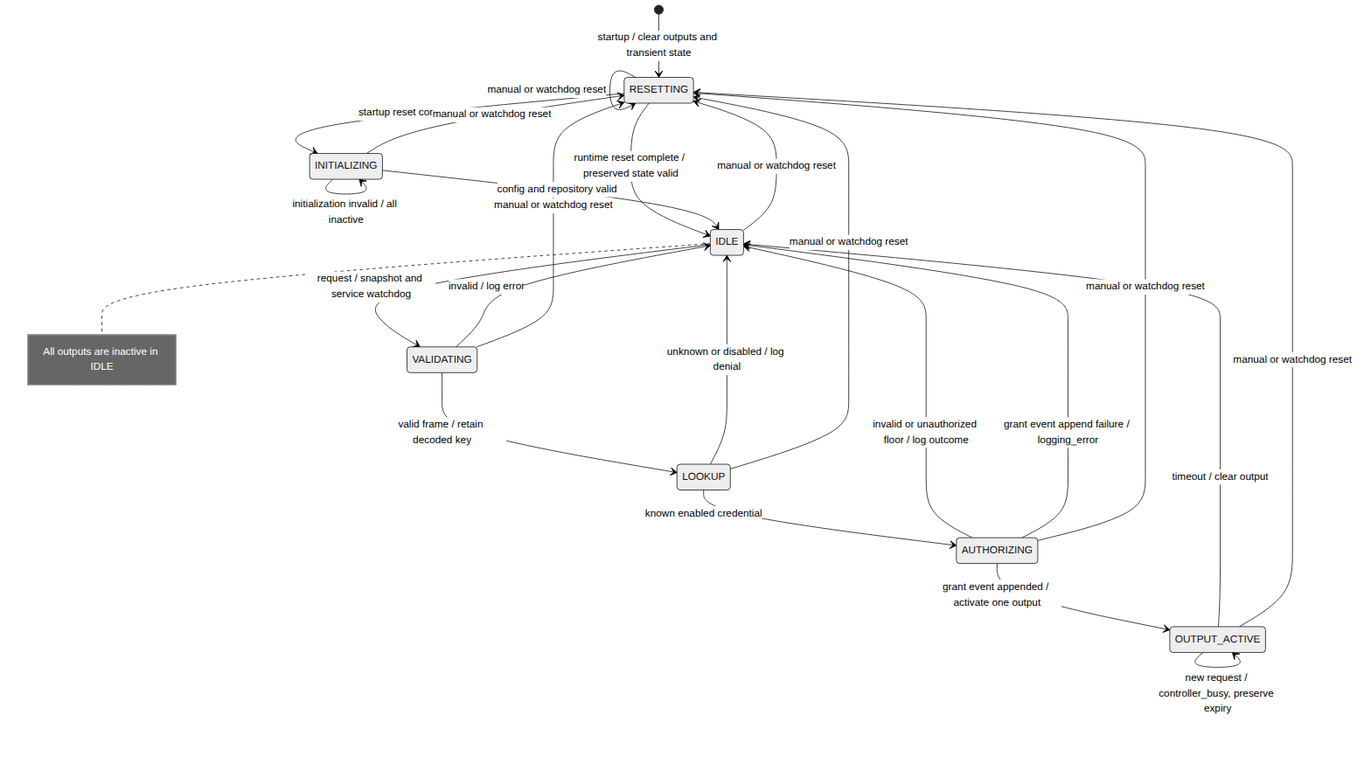
Earlier version of the Mermaid export docs/figures/controller_state_machine.png (BarShtainv/EEEProjectElevator). Its source is kept beside it as docs/figures/controller_state_machine.mmd.
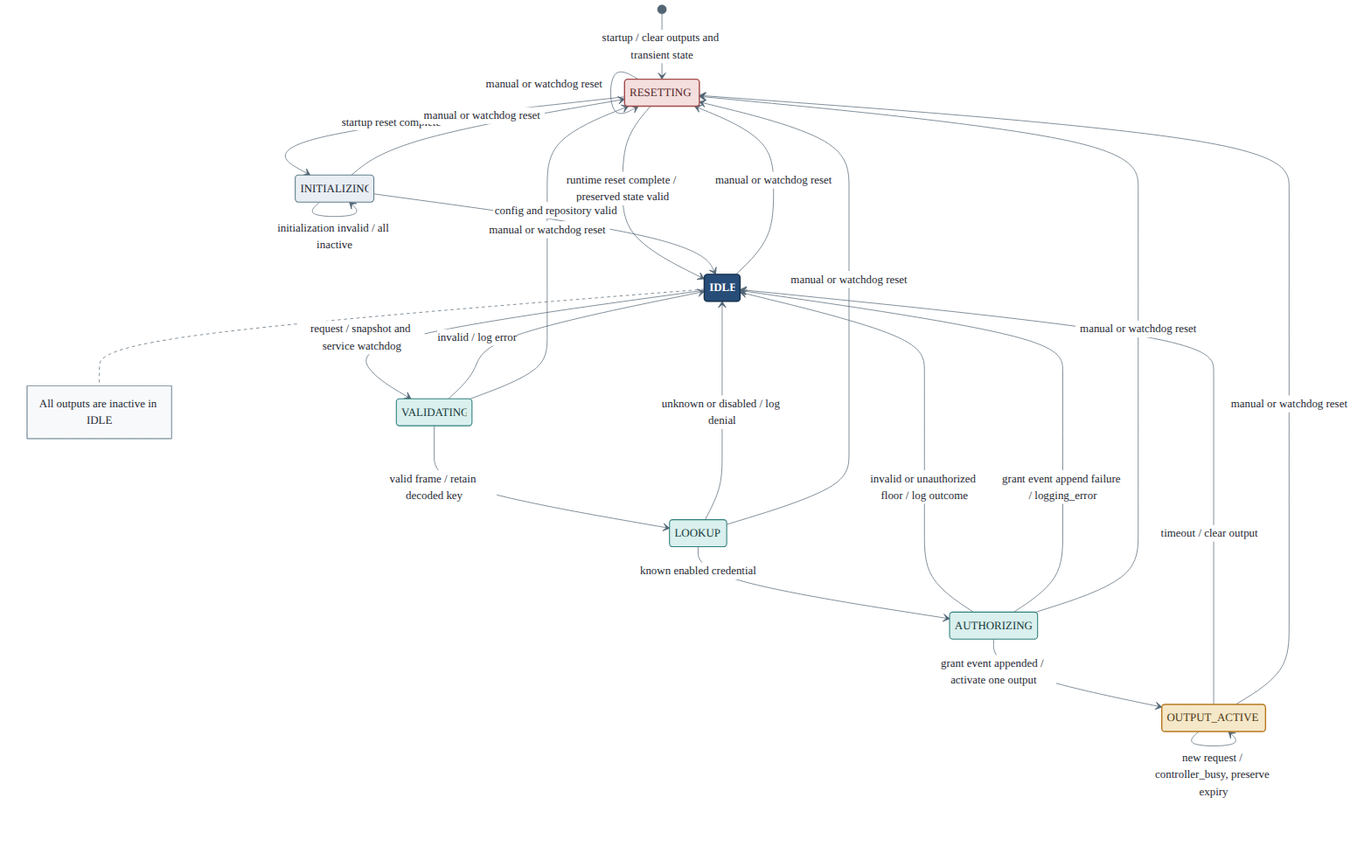
After the change.

Diff of the diagram source:
```diff
@@ -1,3 +1,4 @@
+%%{init: {"theme":"base","themeVariables":{"fontFamily":"Arial, sans-serif","fontSize":"18px","primaryTextColor":"#1F2933","lineColor":"#526574","edgeLabelBackground":"#FFFFFF","noteBkgColor":"#F7F9FB","noteTextColor":"#1F2933","noteBorderColor":"#8A9BA8"}}}%%
 stateDiagram-v2
     direction TB
 
@@ -25,3 +26,15 @@
     OUTPUT_ACTIVE --> RESETTING: manual or watchdog reset
 
     note right of IDLE: All outputs are inactive in IDLE
+
+    classDef fault fill:#F4DEDE,stroke:#A44A4A,color:#572727,stroke-width:2px;
+    classDef external fill:#E8EEF3,stroke:#607D8B,color:#1F2933,stroke-width:1.5px;
+    classDef controller fill:#274C77,stroke:#16324F,color:#FFFFFF,stroke-width:2px,font-weight:600;
+    classDef data fill:#D9F0EE,stroke:#2F7F7B,color:#183A3A,stroke-width:1.5px;
+    classDef decision fill:#F5E8C8,stroke:#B7791F,color:#4B3512,stroke-width:2px;
+
+    class RESETTING fault
+    class INITIALIZING external
+    class IDLE controller
+    class VALIDATING,LOOKUP,AUTHORIZING data
+    class OUTPUT_ACTIVE decision
```
